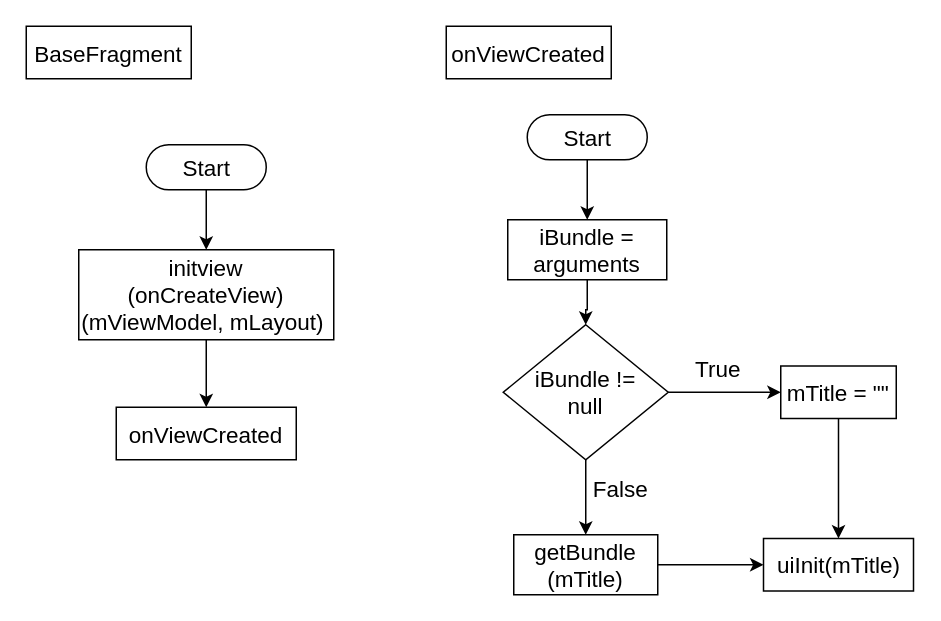
Before: page "BaseFragment" (4 of 12) of 一般流程.drawio in ccckyc/draw, a draw.io diagram. Source tidied: cells renumbered, new cells numbered last; positions are measured from the earlier drawing's top-left corner, leaving out a move shared by most shapes. Both pictures are drawn from the tidied source at 150%, with x=0, y=0 at pixel (26, 26).
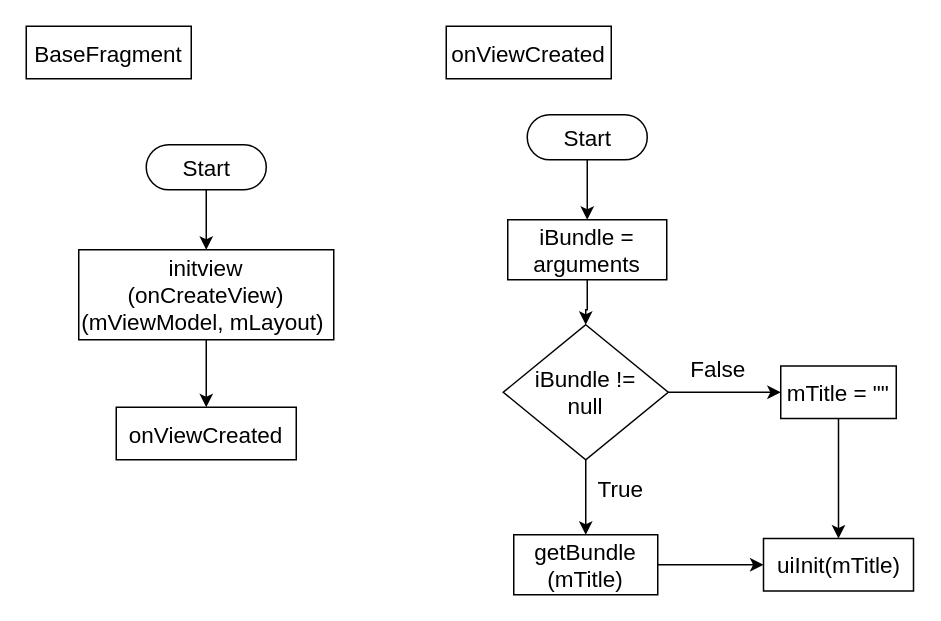
After the change.

The change refers to these unchanged cells:
```xml
<mxCell id="14" style="edgeStyle=orthogonalEdgeStyle;rounded=0;jettySize=auto;html=1;labelBackgroundColor=#FFFFFF;labelBorderColor=none;fontFamily=Helvetica;fontSize=15;fontColor=#000000;strokeColor=#000000;strokeWidth=1;" parent="1" edge="1" source="18" target="20">
  <mxGeometry relative="1" as="geometry" />
</mxCell>
<mxCell id="16" style="edgeStyle=orthogonalEdgeStyle;rounded=0;jettySize=auto;html=1;labelBackgroundColor=#FFFFFF;labelBorderColor=none;fontFamily=Helvetica;fontSize=15;fontColor=#000000;strokeColor=#000000;strokeWidth=1;" parent="1" edge="1" source="18" target="22">
  <mxGeometry relative="1" as="geometry" />
</mxCell>
```

What changed in the source:
```diff
@@
-    <mxCell id="15" value="True" style="edgeLabel;html=1;align=center;verticalAlign=middle;fontSize=15;fontFamily=Helvetica;fontColor=#000000;" parent="14" vertex="1">
+    <mxCell id="15" value="False" style="edgeLabel;html=1;align=center;verticalAlign=middle;fontSize=15;fontFamily=Helvetica;fontColor=#000000;" parent="14" vertex="1">
       <mxGeometry x="-0.21" y="-1" relative="1" as="geometry">
         <mxPoint x="2" y="-18" as="offset" />
       </mxGeometry>
     </mxCell>
@@
-    <mxCell id="17" value="False" style="edgeLabel;html=1;align=center;verticalAlign=middle;fontSize=15;fontFamily=Helvetica;fontColor=#000000;" parent="16" vertex="1">
+    <mxCell id="17" value="True" style="edgeLabel;html=1;align=center;verticalAlign=middle;fontSize=15;fontFamily=Helvetica;fontColor=#000000;" parent="16" vertex="1">
       <mxGeometry x="-0.36" y="1" relative="1" as="geometry">
         <mxPoint x="21" y="2" as="offset" />
       </mxGeometry>
     </mxCell>
```
